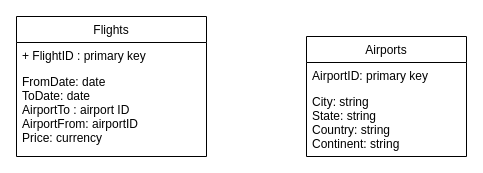
Before: page "Database Schema" (2 of 3) of Design/MyVacationPlanner.drawio in Tomek-Stolarczyk/MyVacationPlanner, a draw.io diagram. Source tidied: cells renumbered, new cells numbered last; positions are measured from the earlier drawing's top-left corner, leaving out a move shared by most shapes. Both pictures are drawn from the tidied source at 100%, with x=0, y=0 at pixel (16, 16).
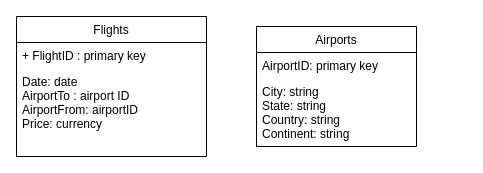
Above is the later version.

Diff of the diagram source:
```diff
@@
 <mxGraphModel>
   <root>
     <mxCell id="0" />
     <mxCell id="1" parent="0" />
     <mxCell id="2" value="Flights" style="swimlane;fontStyle=0;horizontal=1;startSize=26;fillColor=none;" parent="1" vertex="1">
       <mxGeometry width="190" height="140" as="geometry" />
     </mxCell>
     <mxCell id="3" value="+ FlightID : primary key" style="text;strokeColor=none;fillColor=none;align=left;verticalAlign=top;spacingLeft=4;spacingRight=4;overflow=hidden;" parent="2" vertex="1">
       <mxGeometry y="26" width="190" height="26" as="geometry" />
     </mxCell>
-    <mxCell id="4" value="FromDate: date&#10;ToDate: date&#10;AirportTo : airport ID&#10;AirportFrom: airportID&#10;Price: currency&#10;&#10;" style="text;strokeColor=none;fillColor=none;align=left;verticalAlign=top;spacingLeft=4;spacingRight=4;overflow=hidden;" parent="2" vertex="1">
+    <mxCell id="4" value="Date: date&#10;AirportTo : airport ID&#10;AirportFrom: airportID&#10;Price: currency&#10;&#10;" style="text;strokeColor=none;fillColor=none;align=left;verticalAlign=top;spacingLeft=4;spacingRight=4;overflow=hidden;" parent="2" vertex="1">
       <mxGeometry y="52" width="190" height="88" as="geometry" />
     </mxCell>
     <mxCell id="5" value="Airports" style="swimlane;fontStyle=0;horizontal=1;startSize=26;fillColor=none;" parent="1" vertex="1">
-      <mxGeometry x="290" y="20" width="160" height="120" as="geometry" />
+      <mxGeometry x="240" y="10" width="160" height="120" as="geometry" />
     </mxCell>
     <mxCell id="6" value="AirportID: primary key" style="text;strokeColor=none;fillColor=none;align=left;verticalAlign=top;spacingLeft=4;spacingRight=4;overflow=hidden;" parent="5" vertex="1">
       <mxGeometry y="26" width="160" height="26" as="geometry" />
     </mxCell>
     <mxCell id="7" value="City: string&#10;State: string&#10;Country: string&#10;Continent: string&#10;" style="text;strokeColor=none;fillColor=none;align=left;verticalAlign=top;spacingLeft=4;spacingRight=4;overflow=hidden;" parent="5" vertex="1">
       <mxGeometry y="52" width="160" height="68" as="geometry" />
     </mxCell>
   </root>
 </mxGraphModel>
```
